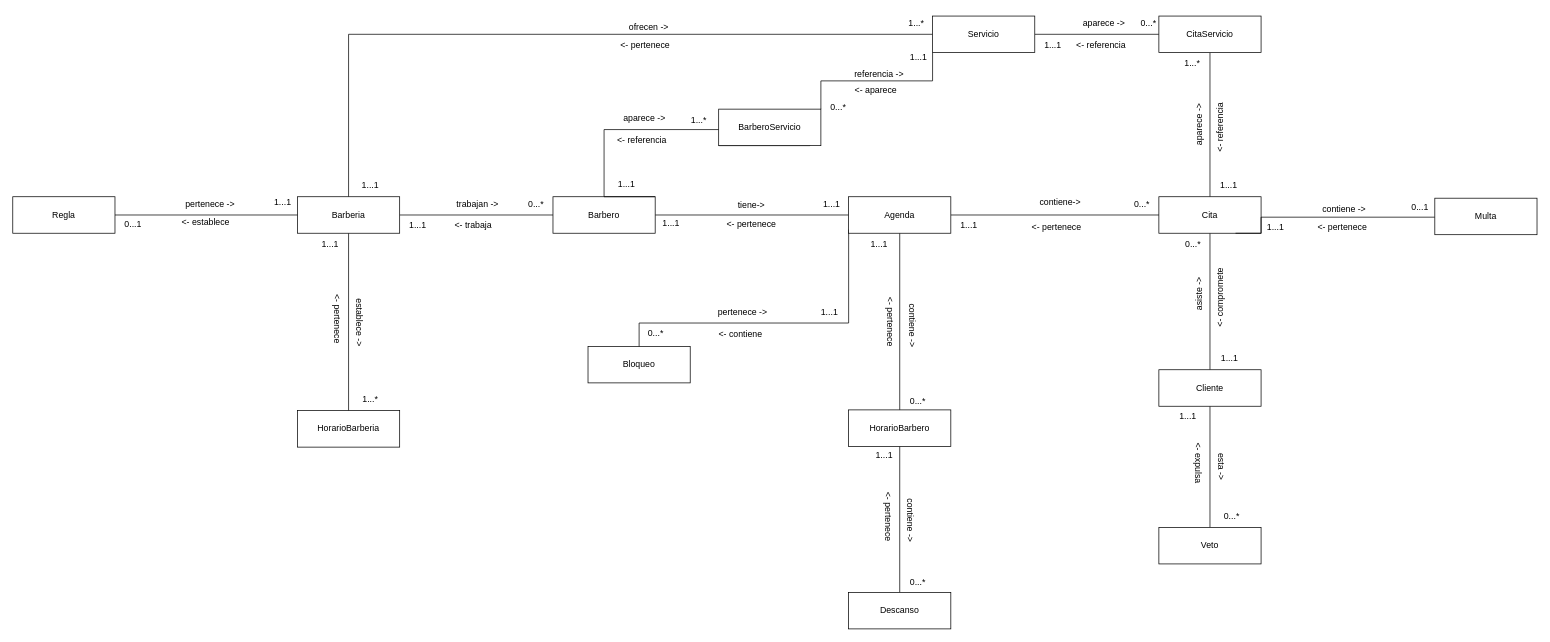
Above: Modelo de Dominio.drawio in Leandro-Gomez-12345/Proyecto-extra-clase-DOO (draw.io), before the change. Source tidied: cells renumbered, new cells numbered last; positions are measured from the earlier drawing's top-left corner, leaving out a move shared by most shapes. Both pictures are drawn from the tidied source at 73%, with x=0, y=0 at pixel (12, 12).
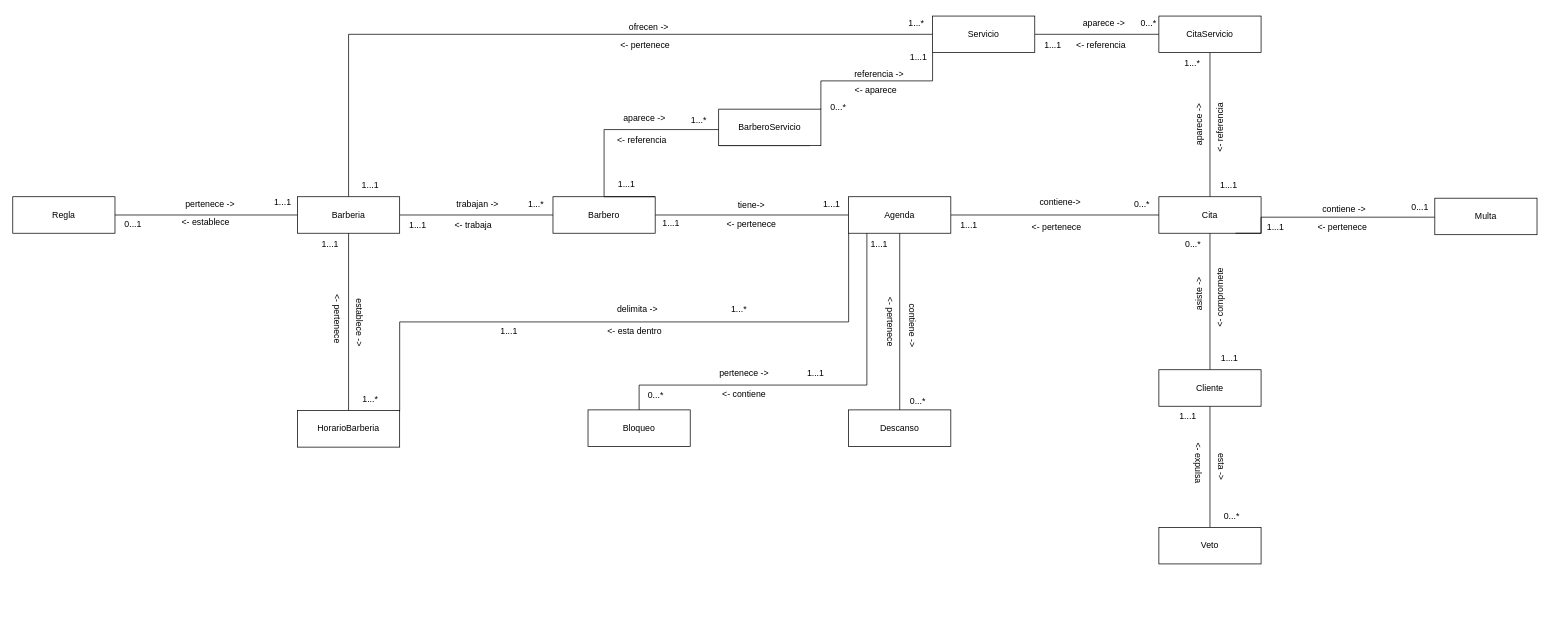
The same diagram, later.

Commit message (it also covers changes not shown here):
Se elimino el objeto de dominio de HorarioBarbero y se esta pensando algunas logicas de negocio

The change refers to these unchanged cells:
```xml
<mxCell id="38" value="Agenda" style="rounded=0;whiteSpace=wrap;html=1;" parent="1" vertex="1">
  <mxGeometry x="1145" y="252" width="140" height="50" as="geometry" />
</mxCell>
<mxCell id="77" value="HorarioBarberia" style="rounded=0;whiteSpace=wrap;html=1;" parent="1" vertex="1">
  <mxGeometry x="390" y="545" width="140" height="50" as="geometry" />
</mxCell>
```

Change to the diagram source:
```diff
@@
-    <mxCell id="24" value="0...*" style="text;html=1;whiteSpace=wrap;strokeColor=none;fillColor=none;align=center;verticalAlign=middle;rounded=0;" parent="1" vertex="1">
+    <mxCell id="24" value="1...*" style="text;html=1;whiteSpace=wrap;strokeColor=none;fillColor=none;align=center;verticalAlign=middle;rounded=0;" parent="1" vertex="1">
       <mxGeometry x="687" y="247" width="60" height="30" as="geometry" />
     </mxCell>
@@
-    <mxCell id="37" style="edgeStyle=orthogonalEdgeStyle;rounded=0;orthogonalLoop=1;jettySize=auto;html=1;exitX=0;exitY=1;exitDx=0;exitDy=0;entryX=0.5;entryY=0;entryDx=0;entryDy=0;endArrow=none;endFill=0;" parent="1" edge="1">
+    <mxCell id="37" style="edgeStyle=orthogonalEdgeStyle;rounded=0;jettySize=auto;html=1;exitX=0;exitY=1;exitDx=0;exitDy=0;entryX=0.5;entryY=0;entryDx=0;entryDy=0;endArrow=none;endFill=0;" parent="1" edge="1" target="89">
       <mxGeometry relative="1" as="geometry">
         <mxPoint x="1145" y="297" as="sourcePoint" />
-        <mxPoint x="858" y="474" as="targetPoint" />
         <Array as="points">
-          <mxPoint x="1145" y="425" />
-          <mxPoint x="858" y="425" />
+          <mxPoint x="1170" y="297" />
+          <mxPoint x="1170" y="510" />
+          <mxPoint x="858" y="510" />
         </Array>
       </mxGeometry>
     </mxCell>
@@
+    <mxCell id="98" style="edgeStyle=orthogonalEdgeStyle;rounded=0;jettySize=auto;html=1;exitX=1;exitY=0;exitDx=0;exitDy=0;entryX=0;entryY=1;entryDx=0;entryDy=0;endArrow=none;endFill=0;" parent="1" edge="1" source="77" target="38">
+      <mxGeometry relative="1" as="geometry">
+        <Array as="points">
+          <mxPoint x="530" y="423.5" />
+          <mxPoint x="1145" y="423.5" />
+        </Array>
+      </mxGeometry>
+    </mxCell>
@@
-    <mxCell id="82" style="edgeStyle=orthogonalEdgeStyle;rounded=0;jettySize=auto;html=1;endArrow=none;endFill=0;" parent="1" edge="1" source="83" target="88">
-      <mxGeometry relative="1" as="geometry" />
-    </mxCell>
-    <mxCell id="83" value="HorarioBarbero" style="rounded=0;whiteSpace=wrap;html=1;" parent="1" vertex="1">
+    <mxCell id="83" value="Descanso" style="rounded=0;whiteSpace=wrap;html=1;" parent="1" vertex="1">
       <mxGeometry x="1145" y="544" width="140" height="50" as="geometry" />
     </mxCell>
@@
-    <mxCell id="88" value="Descanso" style="rounded=0;whiteSpace=wrap;html=1;" parent="1" vertex="1">
-      <mxGeometry x="1145" y="794" width="140" height="50" as="geometry" />
-    </mxCell>
     <mxCell id="89" value="Bloqueo" style="rounded=0;whiteSpace=wrap;html=1;" parent="1" vertex="1">
-      <mxGeometry x="788" y="457" width="140" height="50" as="geometry" />
+      <mxGeometry x="788" y="544" width="140" height="50" as="geometry" />
     </mxCell>
-    <mxCell id="90" value="&amp;lt;- pertenece" style="text;html=1;align=center;verticalAlign=middle;strokeColor=none;fillColor=none;rotation=90;" parent="1" vertex="1">
-      <mxGeometry x="1155" y="675" width="90" height="30" as="geometry" />
-    </mxCell>
-    <mxCell id="91" value="contiene -&amp;gt;" style="text;html=1;align=center;verticalAlign=middle;strokeColor=none;fillColor=none;rotation=90;" parent="1" vertex="1">
-      <mxGeometry x="1190" y="680" width="80" height="30" as="geometry" />
-    </mxCell>
-    <mxCell id="92" value="0...*" style="text;html=1;whiteSpace=wrap;strokeColor=none;fillColor=none;align=center;verticalAlign=middle;rounded=0;" parent="1" vertex="1">
-      <mxGeometry x="1210" y="766" width="60" height="30" as="geometry" />
-    </mxCell>
-    <mxCell id="93" value="1...1" style="text;html=1;whiteSpace=wrap;strokeColor=none;fillColor=none;align=center;verticalAlign=middle;rounded=0;" parent="1" vertex="1">
-      <mxGeometry x="1164" y="592" width="60" height="30" as="geometry" />
-    </mxCell>
     <mxCell id="94" value="&amp;lt;- contiene" style="text;html=1;whiteSpace=wrap;strokeColor=none;fillColor=none;align=center;verticalAlign=middle;rounded=0;" parent="1" vertex="1">
-      <mxGeometry x="960" y="426" width="74" height="30" as="geometry" />
+      <mxGeometry x="965" y="508" width="74" height="30" as="geometry" />
     </mxCell>
     <mxCell id="95" value="pertenece -&amp;gt;" style="text;html=1;whiteSpace=wrap;strokeColor=none;fillColor=none;align=center;verticalAlign=middle;rounded=0;" parent="1" vertex="1">
-      <mxGeometry x="965" y="396" width="70" height="30" as="geometry" />
+      <mxGeometry x="967" y="479" width="70" height="30" as="geometry" />
     </mxCell>
     <mxCell id="96" value="1...1" style="text;html=1;whiteSpace=wrap;strokeColor=none;fillColor=none;align=center;verticalAlign=middle;rounded=0;" parent="1" vertex="1">
-      <mxGeometry x="1089" y="396" width="60" height="30" as="geometry" />
+      <mxGeometry x="1070" y="479" width="60" height="30" as="geometry" />
     </mxCell>
     <mxCell id="97" value="0...*" style="text;html=1;whiteSpace=wrap;strokeColor=none;fillColor=none;align=center;verticalAlign=middle;rounded=0;" parent="1" vertex="1">
-      <mxGeometry x="850.5" y="424" width="60" height="30" as="geometry" />
+      <mxGeometry x="850.5" y="509" width="60" height="30" as="geometry" />
     </mxCell>
+    <mxCell id="99" value="delimita -&amp;gt;" style="text;html=1;whiteSpace=wrap;strokeColor=none;fillColor=none;align=center;verticalAlign=middle;rounded=0;" parent="1" vertex="1">
+      <mxGeometry x="820.5" y="392" width="70" height="30" as="geometry" />
+    </mxCell>
+    <mxCell id="100" value="&amp;lt;- esta dentro" style="text;html=1;whiteSpace=wrap;strokeColor=none;fillColor=none;align=center;verticalAlign=middle;rounded=0;" parent="1" vertex="1">
+      <mxGeometry x="807" y="422" width="90" height="30" as="geometry" />
+    </mxCell>
+    <mxCell id="101" value="1...*" style="text;html=1;whiteSpace=wrap;strokeColor=none;fillColor=none;align=center;verticalAlign=middle;rounded=0;" parent="1" vertex="1">
+      <mxGeometry x="965" y="392" width="60" height="30" as="geometry" />
+    </mxCell>
+    <mxCell id="93" value="1...1" style="text;html=1;whiteSpace=wrap;strokeColor=none;fillColor=none;align=center;verticalAlign=middle;rounded=0;" parent="1" vertex="1">
+      <mxGeometry x="650" y="422" width="60" height="30" as="geometry" />
+    </mxCell>
```
